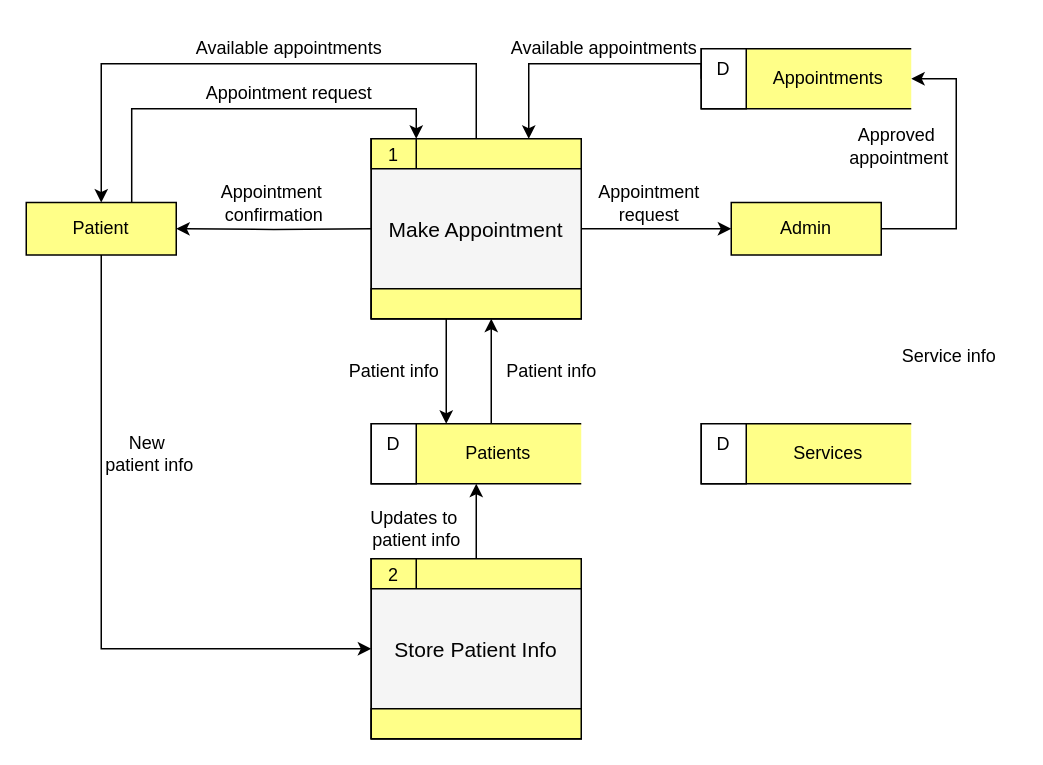
Before: Untitled Diagram.drawio in Santos0727/Appointment, a draw.io diagram. Source tidied: cells renumbered, new cells numbered last; positions are measured from the earlier drawing's top-left corner, leaving out a move shared by most shapes. Both pictures are drawn from the tidied source at 150%, with x=0, y=0 at pixel (26, 26).
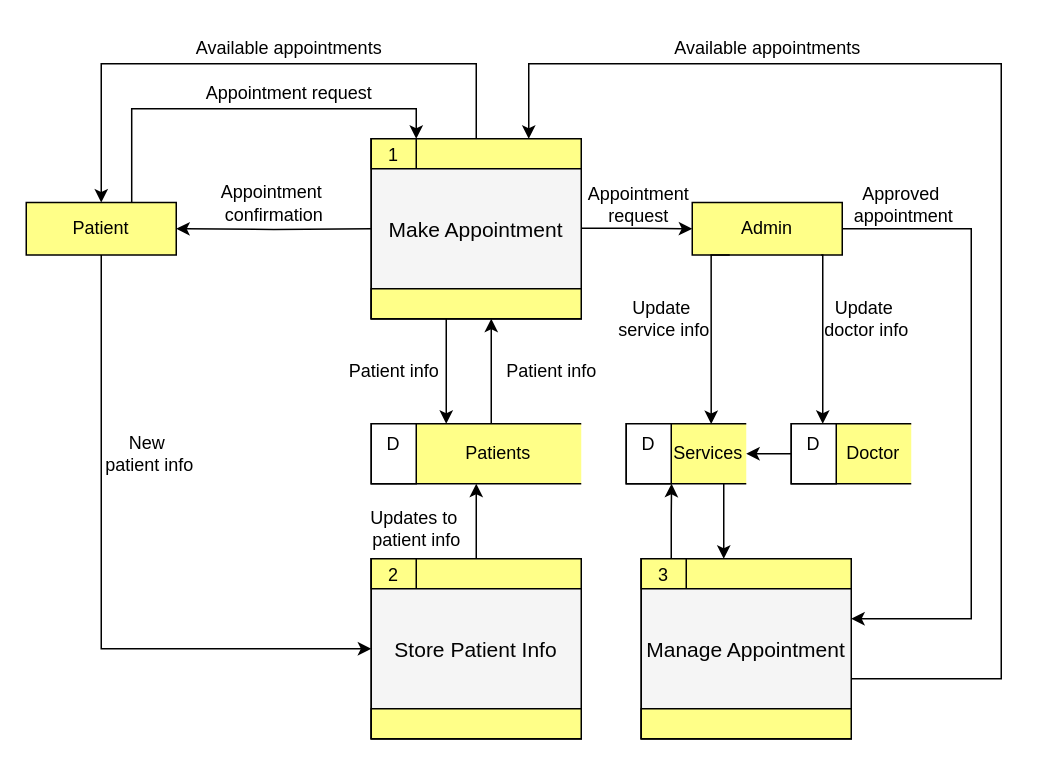
The same diagram, later.

Unchanged cells that the change refers to:
```xml
<mxCell id="19" style="rounded=0;whiteSpace=wrap;html=1;fillColor=#ffff88;strokeColor=#000000;" parent="16" vertex="1">
  <mxGeometry width="140" height="20" as="geometry" />
</mxCell>
```

What changed in the source:
```diff
@@
-    <mxCell id="2" style="edgeStyle=orthogonalEdgeStyle;rounded=0;jettySize=auto;html=1;exitX=1;exitY=0.5;exitDx=0;exitDy=0;entryX=1;entryY=0.5;entryDx=0;entryDy=0;" parent="1" edge="1" source="3" target="31">
-      <mxGeometry relative="1" as="geometry">
-        <Array as="points">
-          <mxPoint x="620" y="135" />
-          <mxPoint x="620" y="35" />
-        </Array>
-      </mxGeometry>
-    </mxCell>
     <mxCell id="3" value="Admin" style="whiteSpace=wrap;align=center;verticalAlign=middle;fontStyle=0;strokeWidth=1;fillColor=#ffff88;strokeColor=#000000;" parent="1" vertex="1">
-      <mxGeometry x="470" y="117.5" width="100" height="35" as="geometry" />
+      <mxGeometry x="444" y="117.5" width="100" height="35" as="geometry" />
     </mxCell>
-    <mxCell id="4" style="edgeStyle=elbowEdgeStyle;elbow=horizontal;strokeColor=default;strokeWidth=1;entryX=0;entryY=0.5;entryDx=0;entryDy=0;fontColor=default;labelBackgroundColor=default;" parent="1" edge="1" target="3">
+    <mxCell id="4" style="edgeStyle=elbowEdgeStyle;elbow=horizontal;strokeColor=default;strokeWidth=1;fontColor=default;labelBackgroundColor=default;entryX=0;entryY=0.5;entryDx=0;entryDy=0;" parent="1" edge="1" target="3">
       <mxGeometry relative="1" as="geometry">
-        <mxPoint x="370" y="135" as="sourcePoint" />
+        <mxPoint x="370" y="134.6" as="sourcePoint" />
+        <Array as="points">
+          <mxPoint x="400" y="274.6" />
+        </Array>
       </mxGeometry>
     </mxCell>
@@
-    <mxCell id="30" style="group;" parent="1" vertex="1">
-      <mxGeometry x="450" y="15" width="140" height="40" as="geometry" />
-    </mxCell>
-    <mxCell id="31" value="&lt;span style=&quot;white-space: pre;&quot;&gt;&#9;&lt;/span&gt;Appointments" style="html=1;dashed=0;whiteSpace=wrap;shape=mxgraph.dfd.dataStoreID;align=center;spacingLeft=3;points=[[0,0],[0.5,0],[1,0],[0,0.5],[1,0.5],[0,1],[0.5,1],[1,1]];fillColor=#ffff88;strokeColor=#000000;" parent="30" vertex="1">
-      <mxGeometry width="140" height="40" as="geometry" />
-    </mxCell>
-    <mxCell id="32" value="D" style="rounded=0;whiteSpace=wrap;html=1;verticalAlign=top;" parent="30" vertex="1">
-      <mxGeometry width="30" height="40" as="geometry" />
-    </mxCell>
-    <mxCell id="33" style="edgeStyle=orthogonalEdgeStyle;rounded=0;jettySize=auto;html=1;exitX=0;exitY=0.5;exitDx=0;exitDy=0;entryX=0.75;entryY=0;entryDx=0;entryDy=0;" parent="1" edge="1" source="32" target="19">
-      <mxGeometry relative="1" as="geometry">
-        <Array as="points">
-          <mxPoint x="450" y="25" />
-          <mxPoint x="335" y="25" />
-        </Array>
-      </mxGeometry>
-    </mxCell>
@@
     <mxCell id="38" value="Available&amp;nbsp;&lt;span style=&quot;background-color: initial;&quot;&gt;appointments&lt;/span&gt;" style="text;html=1;align=center;verticalAlign=middle;strokeColor=none;fillColor=none;" parent="1" vertex="1">
-      <mxGeometry x="310" width="150" height="30" as="geometry" />
+      <mxGeometry x="419" width="150" height="30" as="geometry" />
     </mxCell>
     <mxCell id="39" value="Approved&lt;div&gt;&amp;nbsp;appointment&lt;/div&gt;" style="text;html=1;align=center;verticalAlign=middle;strokeColor=none;fillColor=none;" parent="1" vertex="1">
-      <mxGeometry x="535" y="60" width="90" height="40" as="geometry" />
+      <mxGeometry x="538" y="99" width="90" height="40" as="geometry" />
     </mxCell>
     <mxCell id="40" value="Appointment&lt;div&gt;request&lt;/div&gt;" style="text;html=1;align=center;verticalAlign=middle;strokeColor=none;fillColor=none;" parent="1" vertex="1">
-      <mxGeometry x="370" y="98" width="90" height="40" as="geometry" />
+      <mxGeometry x="363" y="99" width="90" height="40" as="geometry" />
     </mxCell>
@@
     <mxCell id="46" style="group;" parent="1" vertex="1">
-      <mxGeometry x="450" y="265" width="140" height="40" as="geometry" />
+      <mxGeometry x="400" y="265" width="80" height="40" as="geometry" />
     </mxCell>
     <mxCell id="47" value="&lt;span style=&quot;white-space: pre;&quot;&gt;&#9;&lt;/span&gt;Services" style="html=1;dashed=0;whiteSpace=wrap;shape=mxgraph.dfd.dataStoreID;align=center;spacingLeft=3;points=[[0,0],[0.5,0],[1,0],[0,0.5],[1,0.5],[0,1],[0.5,1],[1,1]];fillColor=#ffff88;strokeColor=#000000;" parent="46" vertex="1">
-      <mxGeometry width="140" height="40" as="geometry" />
+      <mxGeometry width="80" height="40" as="geometry" />
     </mxCell>
@@
-    <mxCell id="51" value="&lt;div&gt;Service info&lt;/div&gt;" style="text;html=1;align=center;verticalAlign=middle;strokeColor=none;fillColor=none;" parent="1" vertex="1">
-      <mxGeometry x="570" y="205" width="90" height="30" as="geometry" />
-    </mxCell>
+    <mxCell id="52" style="group;" parent="1" vertex="1">
+      <mxGeometry x="510" y="265" width="80" height="40" as="geometry" />
+    </mxCell>
+    <mxCell id="53" value="&lt;span style=&quot;white-space: pre;&quot;&gt;&#9;&lt;/span&gt;Doctor" style="html=1;dashed=0;whiteSpace=wrap;shape=mxgraph.dfd.dataStoreID;align=center;spacingLeft=3;fillColor=#ffff88;strokeColor=#000000;" parent="52" vertex="1">
+      <mxGeometry width="80" height="40" as="geometry" />
+    </mxCell>
+    <mxCell id="32" value="D" style="rounded=0;whiteSpace=wrap;html=1;verticalAlign=top;" parent="52" vertex="1">
+      <mxGeometry width="30" height="40" as="geometry" />
+    </mxCell>
+    <mxCell id="54" style="group;" parent="1" vertex="1">
+      <mxGeometry x="410" y="355" width="140" height="120" as="geometry" />
+    </mxCell>
+    <mxCell id="55" style="group;" parent="54" vertex="1">
+      <mxGeometry width="140" height="120" as="geometry" />
+    </mxCell>
+    <mxCell id="56" style="group;strokeColor=default;" parent="55" vertex="1">
+      <mxGeometry width="140" height="120" as="geometry" />
+    </mxCell>
+    <mxCell id="57" value="Manage Appointment" style="group;verticalAlign=middle;fillColor=#f5f5f5;fontColor=#030303;strokeColor=#000000;fontSize=14;" parent="56" vertex="1">
+      <mxGeometry width="140" height="120" as="geometry" />
+    </mxCell>
+    <mxCell id="58" style="endArrow=none;html=1;rounded=0;exitX=0;exitY=0.25;exitDx=0;exitDy=0;entryX=1;entryY=0.25;entryDx=0;entryDy=0;" parent="56" edge="1">
+      <mxGeometry relative="1" as="geometry">
+        <mxPoint y="100" as="sourcePoint" />
+        <mxPoint x="140" y="100" as="targetPoint" />
+      </mxGeometry>
+    </mxCell>
+    <mxCell id="59" style="rounded=0;whiteSpace=wrap;html=1;fillColor=#ffff88;strokeColor=#000000;" parent="56" vertex="1">
+      <mxGeometry width="140" height="20" as="geometry" />
+    </mxCell>
+    <mxCell id="60" value="3" style="text;spacingTop=-5;align=center;verticalAlign=bottom;fontColor=default;" parent="56" vertex="1">
+      <mxGeometry width="30" height="20" as="geometry" />
+    </mxCell>
+    <mxCell id="61" style="rounded=0;whiteSpace=wrap;html=1;fillColor=#ffff88;strokeColor=#000000;" parent="56" vertex="1">
+      <mxGeometry y="100" width="140" height="20" as="geometry" />
+    </mxCell>
+    <mxCell id="62" style="endArrow=none;html=1;rounded=0;" parent="54" edge="1">
+      <mxGeometry relative="1" as="geometry">
+        <mxPoint x="30" y="20" as="sourcePoint" />
+        <mxPoint x="30" as="targetPoint" />
+      </mxGeometry>
+    </mxCell>
+    <mxCell id="63" value="&lt;div&gt;Update&amp;nbsp;&lt;/div&gt;&lt;div&gt;&lt;span style=&quot;background-color: initial;&quot;&gt;service info&lt;/span&gt;&lt;br&gt;&lt;/div&gt;" style="text;html=1;align=center;verticalAlign=middle;strokeColor=none;fillColor=none;" parent="1" vertex="1">
+      <mxGeometry x="385" y="175" width="80" height="40" as="geometry" />
+    </mxCell>
+    <mxCell id="64" value="&lt;div&gt;Update&amp;nbsp;&lt;/div&gt;&lt;div&gt;&lt;span style=&quot;background-color: initial;&quot;&gt;doctor info&lt;/span&gt;&lt;br&gt;&lt;/div&gt;" style="text;html=1;align=center;verticalAlign=middle;strokeColor=none;fillColor=none;" parent="1" vertex="1">
+      <mxGeometry x="520" y="175" width="80" height="40" as="geometry" />
+    </mxCell>
+    <mxCell id="65" style="edgeStyle=orthogonalEdgeStyle;rounded=0;orthogonalLoop=1;jettySize=auto;html=1;exitX=0.75;exitY=1;exitDx=0;exitDy=0;" parent="1" edge="1">
+      <mxGeometry relative="1" as="geometry">
+        <mxPoint x="530" y="152.5" as="sourcePoint" />
+        <mxPoint x="531" y="265" as="targetPoint" />
+        <Array as="points">
+          <mxPoint x="531" y="153" />
+        </Array>
+      </mxGeometry>
+    </mxCell>
+    <mxCell id="66" style="edgeStyle=orthogonalEdgeStyle;rounded=0;jettySize=auto;html=1;entryX=0.708;entryY=0.004;entryDx=0;entryDy=0;exitX=0.25;exitY=1;exitDx=0;exitDy=0;entryPerimeter=0;" parent="1" edge="1" source="3" target="47">
+      <mxGeometry relative="1" as="geometry">
+        <Array as="points">
+          <mxPoint x="457" y="153" />
+          <mxPoint x="457" y="265" />
+        </Array>
+      </mxGeometry>
+    </mxCell>
+    <mxCell id="67" style="edgeStyle=orthogonalEdgeStyle;rounded=0;orthogonalLoop=1;jettySize=auto;html=1;" parent="1" edge="1">
+      <mxGeometry relative="1" as="geometry">
+        <mxPoint x="465" y="305" as="sourcePoint" />
+        <mxPoint x="465" y="355" as="targetPoint" />
+      </mxGeometry>
+    </mxCell>
+    <mxCell id="68" style="edgeStyle=orthogonalEdgeStyle;rounded=0;jettySize=auto;html=1;entryX=0.75;entryY=0;entryDx=0;entryDy=0;" parent="1" edge="1" target="19">
+      <mxGeometry relative="1" as="geometry">
+        <mxPoint x="550" y="435" as="sourcePoint" />
+        <Array as="points">
+          <mxPoint x="650" y="435" />
+          <mxPoint x="650" y="25" />
+          <mxPoint x="335" y="25" />
+        </Array>
+      </mxGeometry>
+    </mxCell>
+    <mxCell id="69" style="edgeStyle=orthogonalEdgeStyle;rounded=0;jettySize=auto;html=1;exitX=1;exitY=0.5;exitDx=0;exitDy=0;" parent="1" edge="1" source="3">
+      <mxGeometry relative="1" as="geometry">
+        <mxPoint x="550" y="395" as="targetPoint" />
+        <Array as="points">
+          <mxPoint x="630" y="135" />
+          <mxPoint x="630" y="395" />
+        </Array>
+      </mxGeometry>
+    </mxCell>
+    <mxCell id="70" style="edgeStyle=orthogonalEdgeStyle;rounded=0;orthogonalLoop=1;jettySize=auto;html=1;entryX=0.5;entryY=1;entryDx=0;entryDy=0;exitX=0.284;exitY=-0.017;exitDx=0;exitDy=0;exitPerimeter=0;" parent="1" edge="1">
+      <mxGeometry relative="1" as="geometry">
+        <mxPoint x="430" y="354.7" as="sourcePoint" />
+        <mxPoint x="430.2" y="305" as="targetPoint" />
+        <Array as="points">
+          <mxPoint x="430.2" y="325" />
+        </Array>
+      </mxGeometry>
+    </mxCell>
+    <mxCell id="71" style="edgeStyle=orthogonalEdgeStyle;rounded=0;jettySize=auto;html=1;exitX=0;exitY=0.5;exitDx=0;exitDy=0;entryX=1;entryY=0.5;entryDx=0;entryDy=0;" parent="1" edge="1" source="32" target="47">
+      <mxGeometry relative="1" as="geometry" />
+    </mxCell>
```
